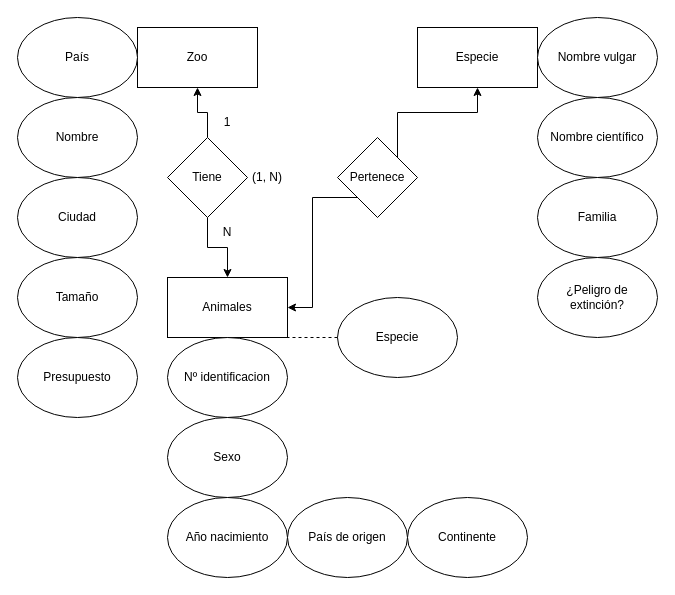
The draw.io diagram page "Ejercicio2" (2 of 3) of Ejercicio1.drawio in 4lfa22/Abril23, before the edit. Source tidied: cells renumbered, new cells numbered last; positions are measured from the earlier drawing's top-left corner, leaving out a move shared by most shapes. Both pictures are drawn from the tidied source at 100%, with x=0, y=0 at pixel (17, 17).
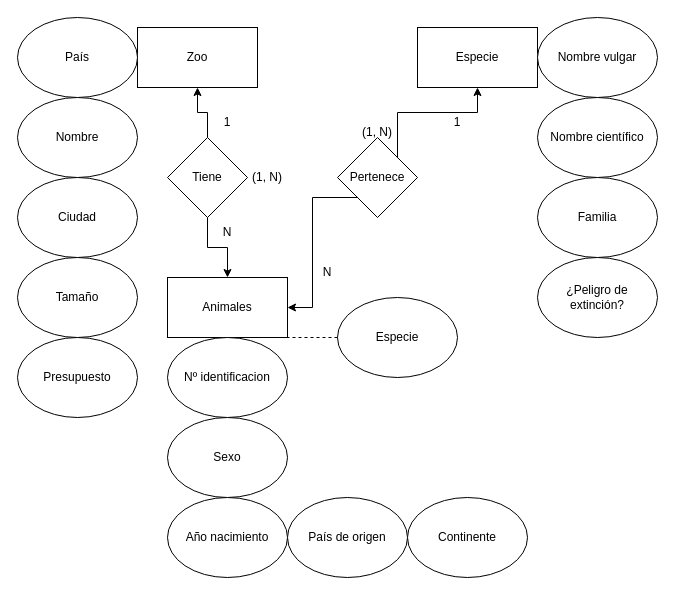
The same page after the edit.

Diff of the diagram source:
```diff
@@
+    <mxCell id="30" value="N" style="text;html=1;align=center;verticalAlign=middle;whiteSpace=wrap;rounded=0;" parent="1" vertex="1">
+      <mxGeometry x="280" y="240" width="60" height="30" as="geometry" />
+    </mxCell>
+    <mxCell id="31" value="1" style="text;html=1;align=center;verticalAlign=middle;whiteSpace=wrap;rounded=0;" parent="1" vertex="1">
+      <mxGeometry x="410" y="90" width="60" height="30" as="geometry" />
+    </mxCell>
+    <mxCell id="32" value="(1, N)" style="text;html=1;align=center;verticalAlign=middle;whiteSpace=wrap;rounded=0;" parent="1" vertex="1">
+      <mxGeometry x="330" y="100" width="60" height="30" as="geometry" />
+    </mxCell>
```
